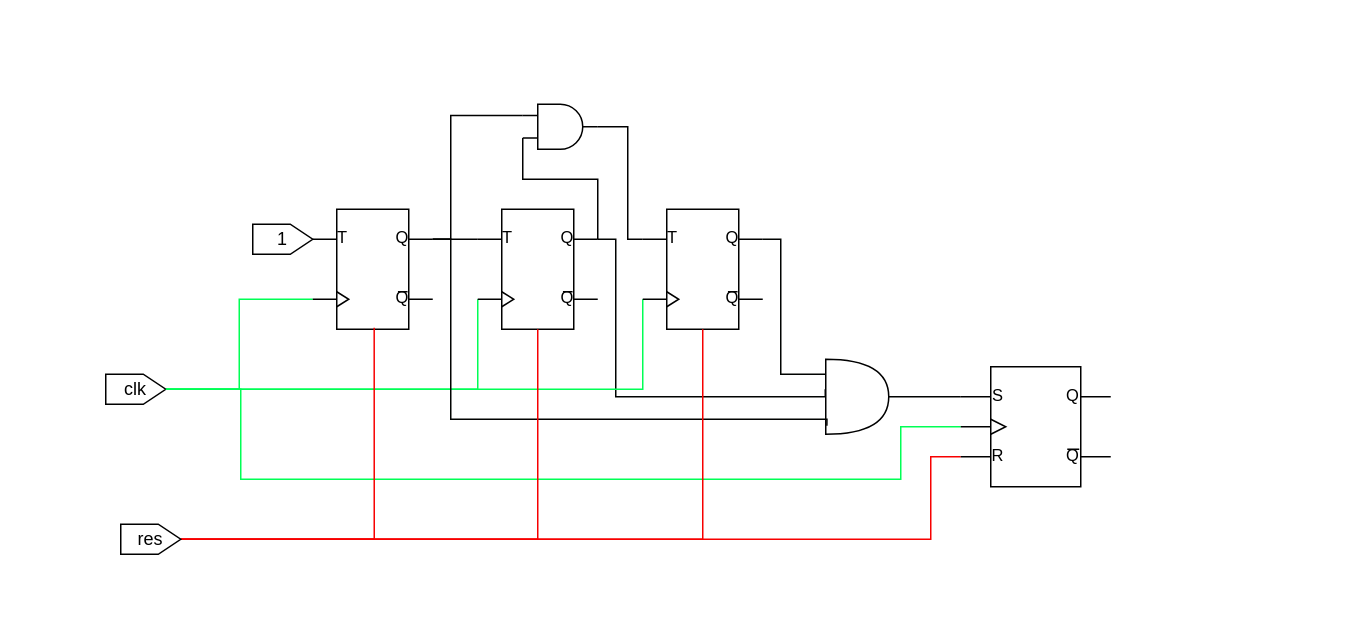
Earlier version of the draw.io diagram page "ReceptionCounter8" (2 of 5) of Uart.drawio (FlavioRenzi/UART_Project). Source tidied: cells renumbered, new cells numbered last; positions are measured from the earlier drawing's top-left corner, leaving out a move shared by most shapes. Both pictures are drawn from the tidied source at 150%, with x=0, y=0 at pixel (105, 104).
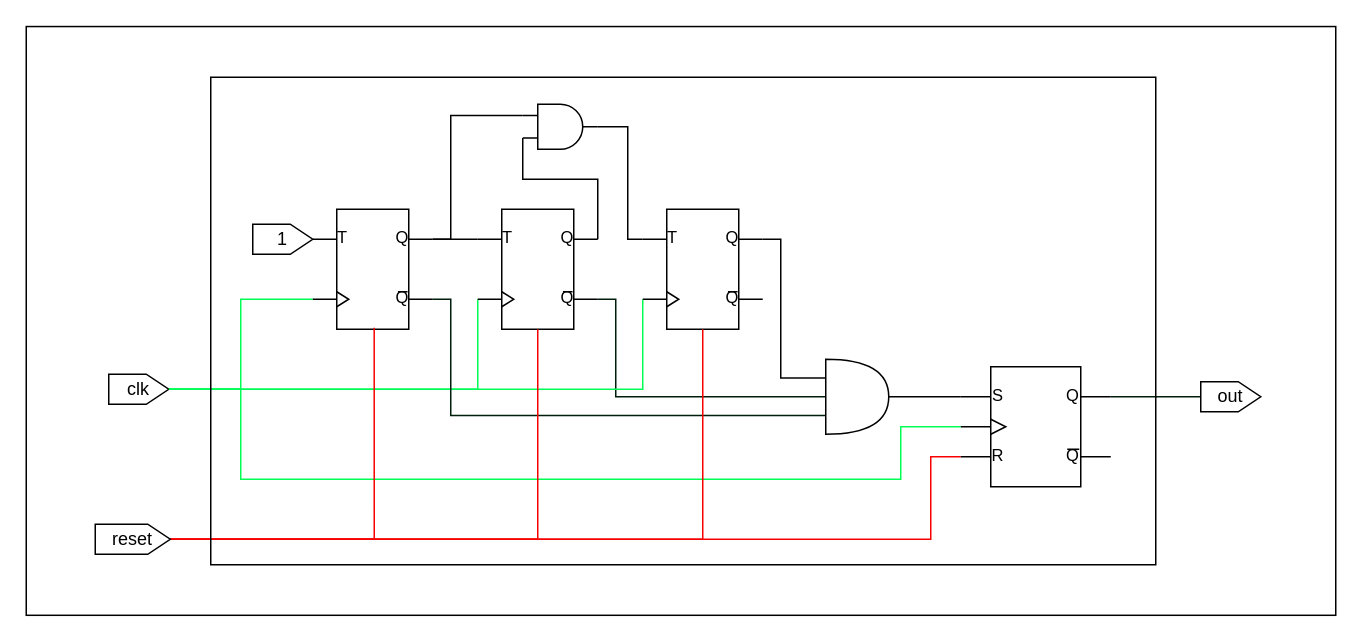
The same diagram, later.

The change refers to these unchanged cells:
```xml
<mxCell id="9" style="verticalLabelPosition=bottom;shadow=0;dashed=0;align=center;html=1;verticalAlign=top;shape=mxgraph.electrical.logic_gates.t_type_flip-flop;" parent="1" vertex="1">
  <mxGeometry x="248" y="70" width="80" height="80" as="geometry" />
</mxCell>
<mxCell id="12" style="verticalLabelPosition=bottom;shadow=0;dashed=0;align=center;html=1;verticalAlign=top;shape=mxgraph.electrical.logic_gates.t_type_flip-flop;" parent="1" vertex="1">
  <mxGeometry x="358" y="70" width="80" height="80" as="geometry" />
</mxCell>
<mxCell id="15" style="verticalLabelPosition=bottom;shadow=0;dashed=0;align=center;html=1;verticalAlign=top;shape=mxgraph.electrical.logic_gates.t_type_flip-flop;" parent="1" vertex="1">
  <mxGeometry x="138" y="70" width="80" height="80" as="geometry" />
</mxCell>
<mxCell id="17" style="shape=or;whiteSpace=wrap;html=1;fillColor=none;" parent="1" vertex="1">
  <mxGeometry x="480" y="170" width="42" height="50" as="geometry" />
</mxCell>
<mxCell id="22" style="verticalLabelPosition=bottom;shadow=0;dashed=0;align=center;html=1;verticalAlign=top;shape=mxgraph.electrical.logic_gates.synchronous_rs_latch;fillColor=none;" parent="1" vertex="1">
  <mxGeometry x="570" y="175" width="100" height="80" as="geometry" />
</mxCell>
```

What changed in the source:
```diff
@@
+    <mxCell id="8" style="edgeStyle=orthogonalEdgeStyle;rounded=0;jettySize=auto;html=1;exitX=0;exitY=0.75;exitDx=0;exitDy=0;exitPerimeter=0;endArrow=none;endFill=0;strokeColor=#00FF55;" parent="1" edge="1" source="9">
+      <mxGeometry relative="1" as="geometry">
+        <mxPoint x="40" y="190" as="targetPoint" />
+        <Array as="points">
+          <mxPoint x="248" y="190" />
+        </Array>
+      </mxGeometry>
+    </mxCell>
-    <mxCell id="7" style="edgeStyle=orthogonalEdgeStyle;rounded=0;jettySize=auto;html=1;exitX=1;exitY=0.25;exitDx=0;exitDy=0;exitPerimeter=0;endArrow=none;endFill=0;strokeColor=#000301;entryX=-0.008;entryY=0.4;entryDx=0;entryDy=0;entryPerimeter=0;" parent="1" edge="1" source="9" target="17">
+    <mxCell id="7" style="edgeStyle=orthogonalEdgeStyle;rounded=0;jettySize=auto;html=1;exitX=1;exitY=0.75;exitDx=0;exitDy=0;exitPerimeter=0;entryX=0;entryY=0.5;entryDx=0;entryDy=0;entryPerimeter=0;endArrow=none;endFill=0;strokeColor=#001F0A;" parent="1" edge="1" source="9" target="17">
       <mxGeometry relative="1" as="geometry">
         <Array as="points">
-          <mxPoint x="340" y="90" />
+          <mxPoint x="340" y="130" />
           <mxPoint x="340" y="195" />
-          <mxPoint x="480" y="195" />
         </Array>
       </mxGeometry>
     </mxCell>
-    <mxCell id="8" style="edgeStyle=orthogonalEdgeStyle;rounded=0;jettySize=auto;html=1;exitX=0;exitY=0.75;exitDx=0;exitDy=0;exitPerimeter=0;endArrow=none;endFill=0;strokeColor=#00FF55;" parent="1" edge="1" source="9">
-      <mxGeometry relative="1" as="geometry">
-        <mxPoint x="40" y="190" as="targetPoint" />
-        <Array as="points">
-          <mxPoint x="248" y="190" />
-        </Array>
-      </mxGeometry>
-    </mxCell>
@@
-    <mxCell id="10" style="edgeStyle=orthogonalEdgeStyle;rounded=0;jettySize=auto;html=1;exitX=1;exitY=0.25;exitDx=0;exitDy=0;exitPerimeter=0;endArrow=none;endFill=0;strokeColor=#000301;" parent="1" edge="1" source="12" target="17">
+    <mxCell id="10" style="edgeStyle=orthogonalEdgeStyle;rounded=0;jettySize=auto;html=1;exitX=1;exitY=0.25;exitDx=0;exitDy=0;exitPerimeter=0;endArrow=none;endFill=0;strokeColor=#000301;entryX=0;entryY=0.25;entryDx=0;entryDy=0;entryPerimeter=0;" parent="1" edge="1" source="12" target="17">
       <mxGeometry relative="1" as="geometry">
         <Array as="points">
           <mxPoint x="450" y="90" />
-          <mxPoint x="450" y="180" />
+          <mxPoint x="450" y="183" />
+          <mxPoint x="480" y="183" />
         </Array>
       </mxGeometry>
     </mxCell>
@@
+    <mxCell id="14" style="edgeStyle=orthogonalEdgeStyle;rounded=0;jettySize=auto;html=1;exitX=0;exitY=0.75;exitDx=0;exitDy=0;exitPerimeter=0;endArrow=none;endFill=0;entryX=0.5;entryY=1;entryDx=0;entryDy=0;strokeColor=#00FF55;" parent="1" edge="1" source="15" target="18">
+      <mxGeometry relative="1" as="geometry" />
+    </mxCell>
-    <mxCell id="13" style="edgeStyle=orthogonalEdgeStyle;rounded=0;jettySize=auto;html=1;exitX=1;exitY=0.25;exitDx=0;exitDy=0;exitPerimeter=0;entryX=0.018;entryY=0.886;entryDx=0;entryDy=0;entryPerimeter=0;endArrow=none;endFill=0;strokeColor=#000301;" parent="1" edge="1" source="15" target="17">
+    <mxCell id="13" style="edgeStyle=orthogonalEdgeStyle;rounded=0;jettySize=auto;html=1;exitX=1;exitY=0.75;exitDx=0;exitDy=0;exitPerimeter=0;entryX=0;entryY=0.75;entryDx=0;entryDy=0;entryPerimeter=0;endArrow=none;endFill=0;strokeColor=#001F0A;" parent="1" edge="1" source="15" target="17">
       <mxGeometry relative="1" as="geometry">
         <Array as="points">
-          <mxPoint x="230" y="90" />
-          <mxPoint x="230" y="210" />
-          <mxPoint x="481" y="210" />
+          <mxPoint x="230" y="130" />
+          <mxPoint x="230" y="208" />
         </Array>
       </mxGeometry>
     </mxCell>
-    <mxCell id="14" style="edgeStyle=orthogonalEdgeStyle;rounded=0;jettySize=auto;html=1;exitX=0;exitY=0.75;exitDx=0;exitDy=0;exitPerimeter=0;endArrow=none;endFill=0;entryX=0.5;entryY=1;entryDx=0;entryDy=0;strokeColor=#00FF55;" parent="1" edge="1" source="15" target="18">
-      <mxGeometry relative="1" as="geometry" />
-    </mxCell>
@@
     <mxCell id="18" value="clk" style="shape=offPageConnector;whiteSpace=wrap;html=1;rotation=0;size=0.375;direction=north;" parent="1" vertex="1">
-      <mxGeometry y="180" width="40" height="20" as="geometry" />
+      <mxGeometry x="2" y="180" width="40" height="20" as="geometry" />
     </mxCell>
@@
+    <mxCell id="27" style="edgeStyle=orthogonalEdgeStyle;rounded=0;jettySize=auto;html=1;exitX=1;exitY=0.25;exitDx=0;exitDy=0;exitPerimeter=0;entryX=0.5;entryY=0;entryDx=0;entryDy=0;endArrow=none;endFill=0;strokeColor=#001F0A;" parent="1" edge="1" source="22" target="28">
+      <mxGeometry relative="1" as="geometry" />
+    </mxCell>
@@
-    <mxCell id="26" value="res" style="shape=offPageConnector;whiteSpace=wrap;html=1;rotation=0;size=0.375;direction=north;" parent="1" vertex="1">
-      <mxGeometry x="10" y="280" width="40" height="20" as="geometry" />
+    <mxCell id="26" value="reset" style="shape=offPageConnector;whiteSpace=wrap;html=1;rotation=0;size=0.3;direction=north;" parent="1" vertex="1">
+      <mxGeometry x="-7" y="280" width="50" height="20" as="geometry" />
     </mxCell>
+    <mxCell id="28" value="out" style="shape=offPageConnector;whiteSpace=wrap;html=1;rotation=0;size=0.375;direction=north;" parent="1" vertex="1">
+      <mxGeometry x="730" y="185" width="40" height="20" as="geometry" />
+    </mxCell>
+    <mxCell id="29" style="rounded=0;whiteSpace=wrap;html=1;fillColor=none;" parent="1" vertex="1">
+      <mxGeometry x="70" y="-18" width="630" height="325" as="geometry" />
+    </mxCell>
+    <mxCell id="30" style="rounded=0;whiteSpace=wrap;html=1;fillColor=none;" parent="1" vertex="1">
+      <mxGeometry x="-53" y="-51.8" width="873" height="392.5" as="geometry" />
+    </mxCell>
```
